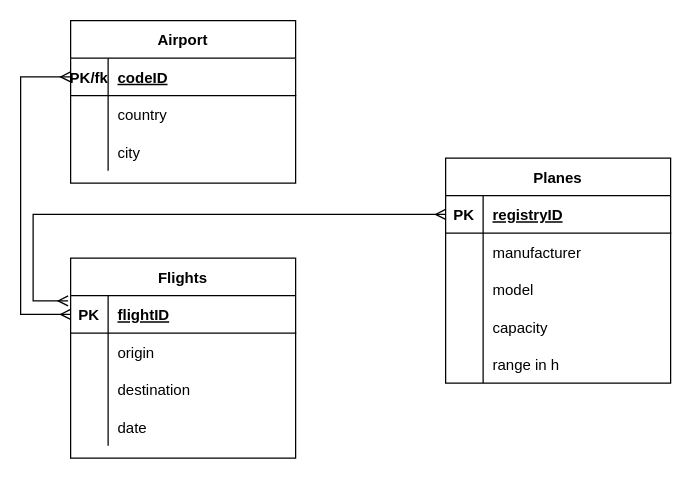
Earlier version of the draw.io diagram Radek/airline.uml.drawio (RdkSki/FE14-MYSQL2-Radek-Henry). Source tidied: cells renumbered, new cells numbered last; positions are measured from the earlier drawing's top-left corner, leaving out a move shared by most shapes. Both pictures are drawn from the tidied source at 125%, with x=0, y=0 at pixel (20, 20).
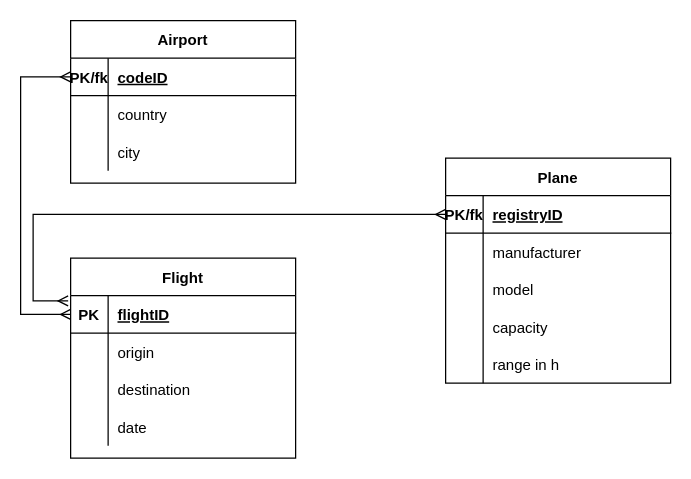
The same diagram, later.

Unchanged cells that the change refers to:
```xml
<mxCell id="13" style="shape=partialRectangle;fillColor=none;top=0;left=0;bottom=1;right=0;points=[[0,0.5],[1,0.5]];portConstraint=eastwest;fontColor=default;" parent="12" vertex="1">
  <mxGeometry y="30" width="180" height="30" as="geometry" />
</mxCell>
```

What changed in the source:
```diff
@@
-    <mxCell id="12" value="Planes" style="shape=table;startSize=30;childLayout=tableLayout;rowLines=0;fontStyle=1;align=center;fillColor=default;strokeColor=default;fontColor=default;" parent="1" vertex="1">
+    <mxCell id="12" value="Plane" style="shape=table;startSize=30;childLayout=tableLayout;rowLines=0;fontStyle=1;align=center;fillColor=default;strokeColor=default;fontColor=default;" parent="1" vertex="1">
       <mxGeometry x="340" y="110" width="180" height="180" as="geometry" />
     </mxCell>
@@
-    <mxCell id="14" value="PK" style="shape=partialRectangle;fillColor=none;top=0;left=0;bottom=0;right=0;fontStyle=1;overflow=hidden;" parent="13" vertex="1">
+    <mxCell id="14" value="PK/fk" style="shape=partialRectangle;fillColor=none;top=0;left=0;bottom=0;right=0;fontStyle=1;overflow=hidden;fontColor=default;" parent="13" vertex="1">
       <mxGeometry width="30" height="30" as="geometry" />
     </mxCell>
@@
-    <mxCell id="28" value="Flights" style="shape=table;startSize=30;childLayout=tableLayout;rowLines=0;fontStyle=1;align=center;fillColor=default;strokeColor=default;fontColor=default;" parent="1" vertex="1">
+    <mxCell id="28" value="Flight" style="shape=table;startSize=30;childLayout=tableLayout;rowLines=0;fontStyle=1;align=center;fillColor=default;strokeColor=default;fontColor=default;" parent="1" vertex="1">
       <mxGeometry x="40" y="190" width="180" height="160" as="geometry" />
     </mxCell>
```
